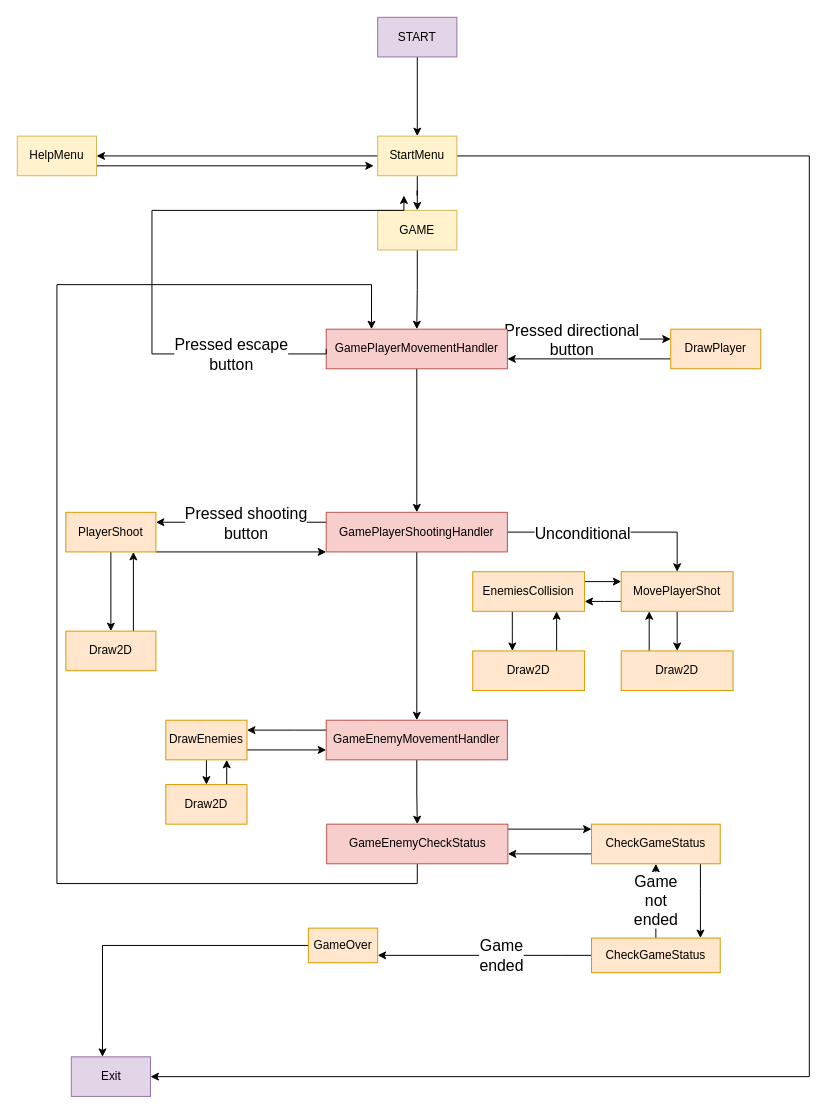
Above: TASM Invaders.drawio in TheIceTrax/TASM-Invaders (draw.io), before the change. Source tidied: cells renumbered, new cells numbered last; positions are measured from the earlier drawing's top-left corner, leaving out a move shared by most shapes. Both pictures are drawn from the tidied source at 99%, with x=0, y=0 at pixel (17, 17).
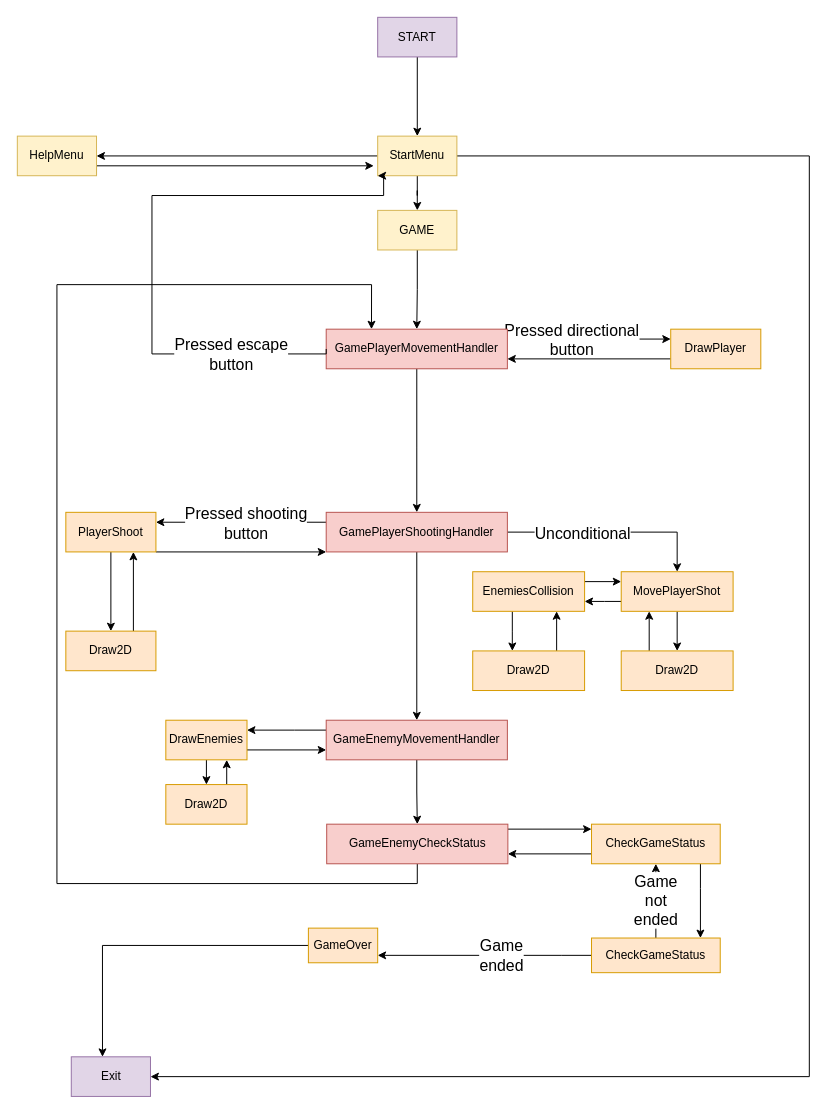
After the change.

The change refers to these unchanged cells:
```xml
<mxCell id="7" value="StartMenu" style="rounded=0;whiteSpace=wrap;html=1;fillColor=#fff2cc;strokeColor=#d6b656;" parent="1" vertex="1">
  <mxGeometry x="364" y="120" width="80" height="40" as="geometry" />
</mxCell>
<mxCell id="16" value="GamePlayerMovementHandler" style="rounded=0;whiteSpace=wrap;html=1;fillColor=#f8cecc;strokeColor=#b85450;" parent="1" vertex="1">
  <mxGeometry x="312" y="315" width="183" height="40" as="geometry" />
</mxCell>
```

The edit, as a diff of the source:
```diff
@@
-    <mxCell id="17" style="edgeStyle=orthogonalEdgeStyle;rounded=0;jettySize=auto;html=1;exitX=0;exitY=0.5;exitDx=0;exitDy=0;entryX=0.138;entryY=1.125;entryDx=0;entryDy=0;entryPerimeter=0;" parent="1" edge="1" source="16">
+    <mxCell id="17" style="edgeStyle=orthogonalEdgeStyle;rounded=0;jettySize=auto;html=1;exitX=0;exitY=0.5;exitDx=0;exitDy=0;entryX=0;entryY=1;entryDx=0;entryDy=0;" parent="1" edge="1" source="16" target="7">
       <mxGeometry relative="1" as="geometry">
-        <mxPoint x="390.5" y="180" as="targetPoint" />
         <Array as="points">
           <mxPoint x="312" y="340" />
           <mxPoint x="136" y="340" />
-          <mxPoint x="136" y="195" />
-          <mxPoint x="391" y="195" />
+          <mxPoint x="136" y="180" />
+          <mxPoint x="370" y="180" />
+          <mxPoint x="370" y="160" />
         </Array>
       </mxGeometry>
     </mxCell>
```
